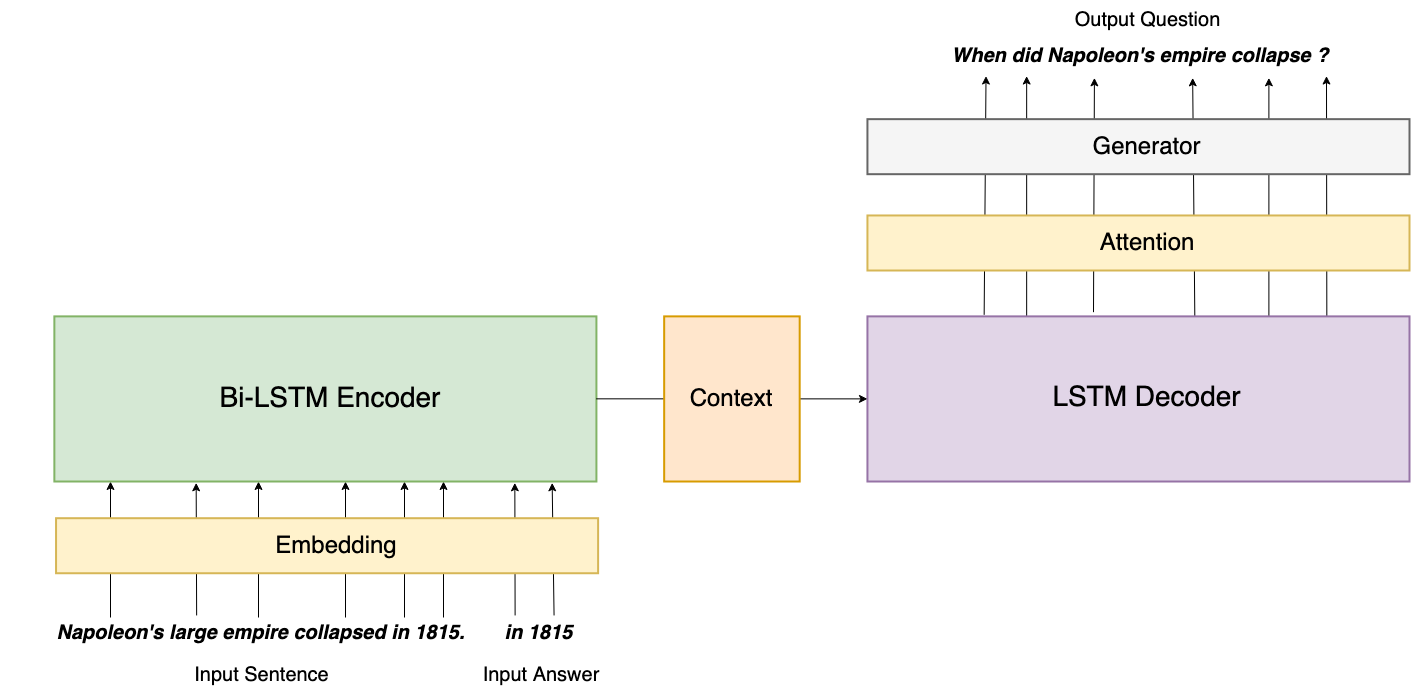
The draw.io diagram fig/qg-seq2seq.png in gauthierdmn/question_generation, before a commit. Source tidied: cells renumbered, new cells last; positions are measured from the earlier drawing's top-left corner, leaving out a move shared by most shapes.
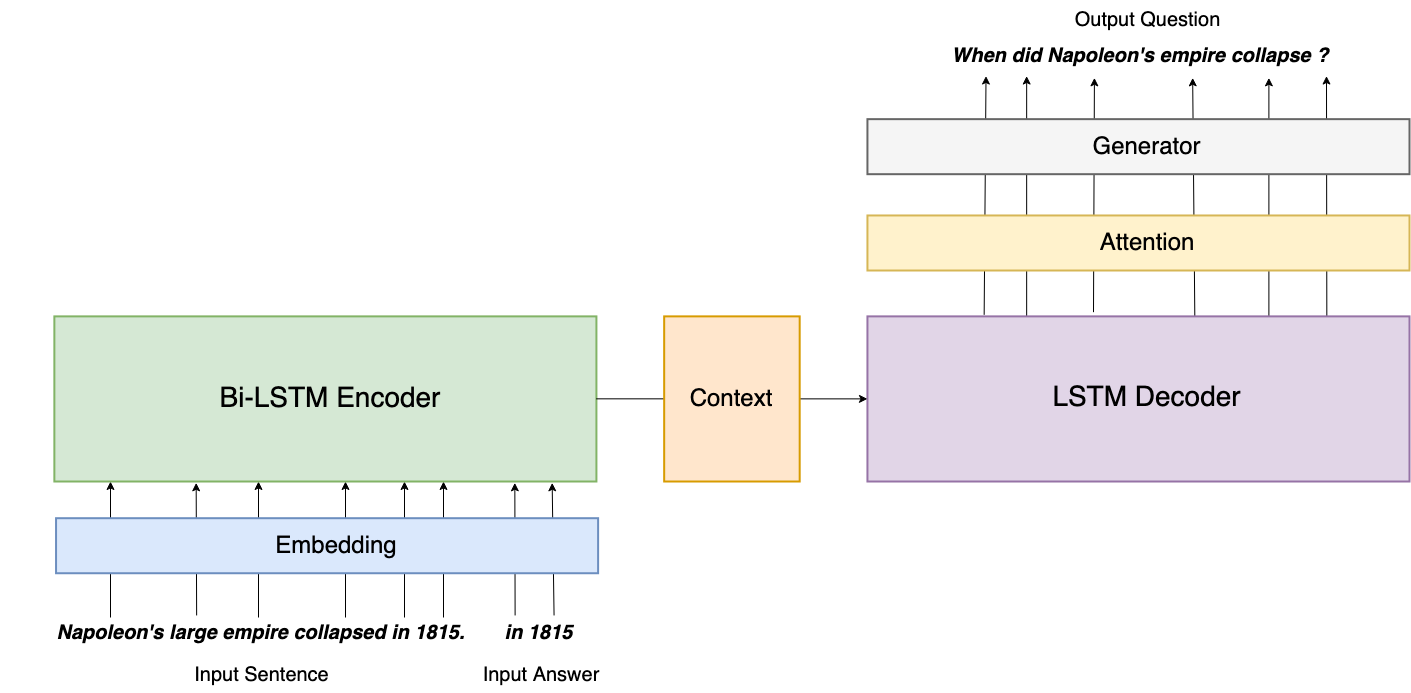
The same file after the commit.

The edit, as a diff of the source:
```diff
@@ -127,7 +127,7 @@
     <mxCell id="31" value="Input Answer" style="text;html=1;strokeColor=none;fillColor=none;align=center;verticalAlign=middle;whiteSpace=wrap;rounded=0;fontSize=20;" parent="1" vertex="1">
       <mxGeometry x="445.2" y="655.3" width="191.4" height="36.7" as="geometry" />
     </mxCell>
-    <mxCell id="32" style="strokeWidth=2;dashed=0;align=center;fontSize=12;shape=rect;verticalLabelPosition=bottom;verticalAlign=top;fillColor=#fff2cc;strokeColor=#d6b656;" parent="1" vertex="1">
+    <mxCell id="32" style="strokeWidth=2;dashed=0;align=center;fontSize=12;shape=rect;verticalLabelPosition=bottom;verticalAlign=top;fillColor=#dae8fc;strokeColor=#6c8ebf;" parent="1" vertex="1">
       <mxGeometry x="55.6" y="517.7" width="542.1" height="55" as="geometry" />
     </mxCell>
     <mxCell id="33" value="Embedding" style="text;html=1;align=center;verticalAlign=middle;whiteSpace=wrap;rounded=0;fontSize=24;" parent="1" vertex="1">
```
